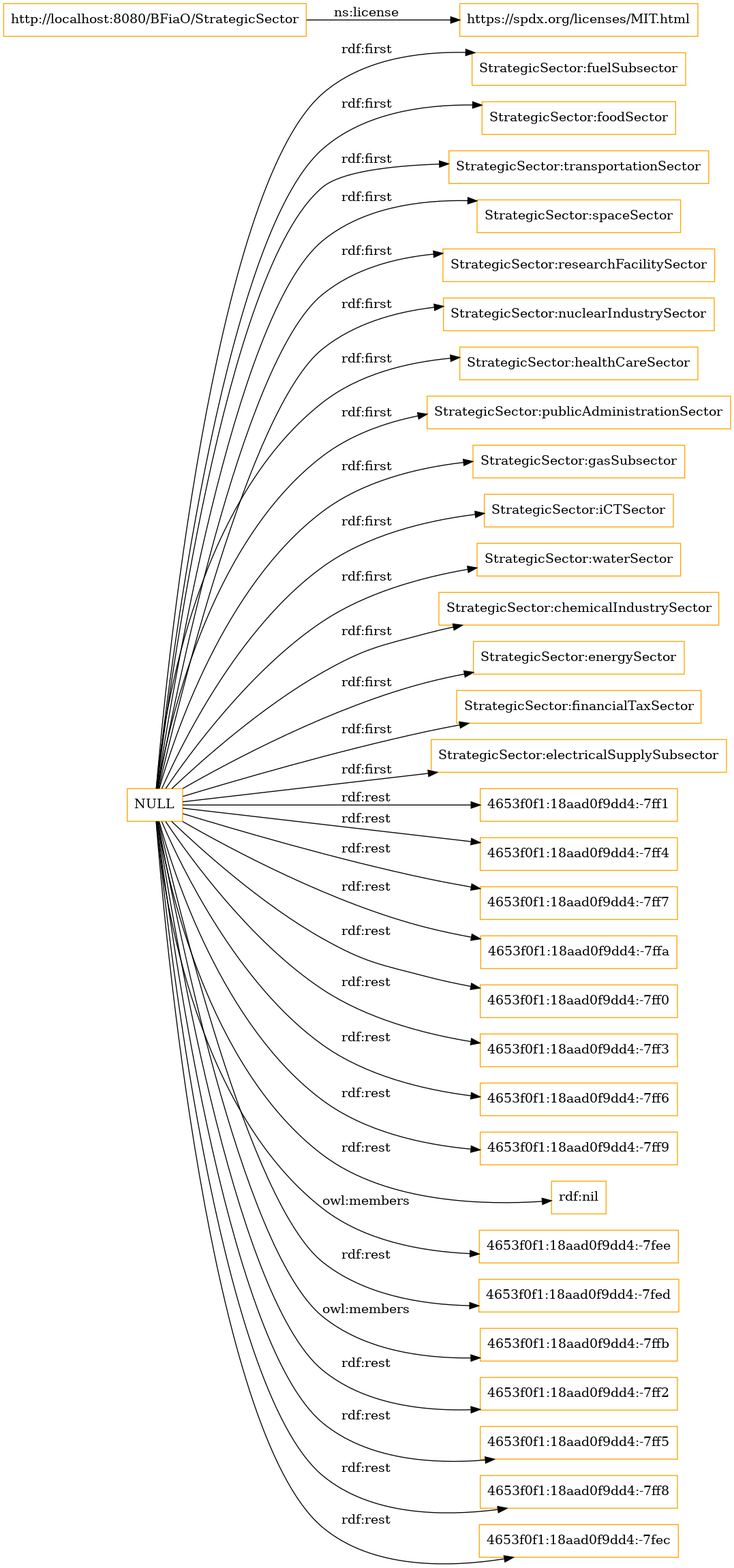
This is OnToology/StrategicSector.owl/diagrams/ar2dtool-class/StrategicSector.owl.png from ahmad88me/bfiao, a Graphviz export, as it was before one commit. Its source is kept beside it as OnToology/StrategicSector.owl/diagrams/ar2dtool-class/StrategicSector.owl.png.dot.
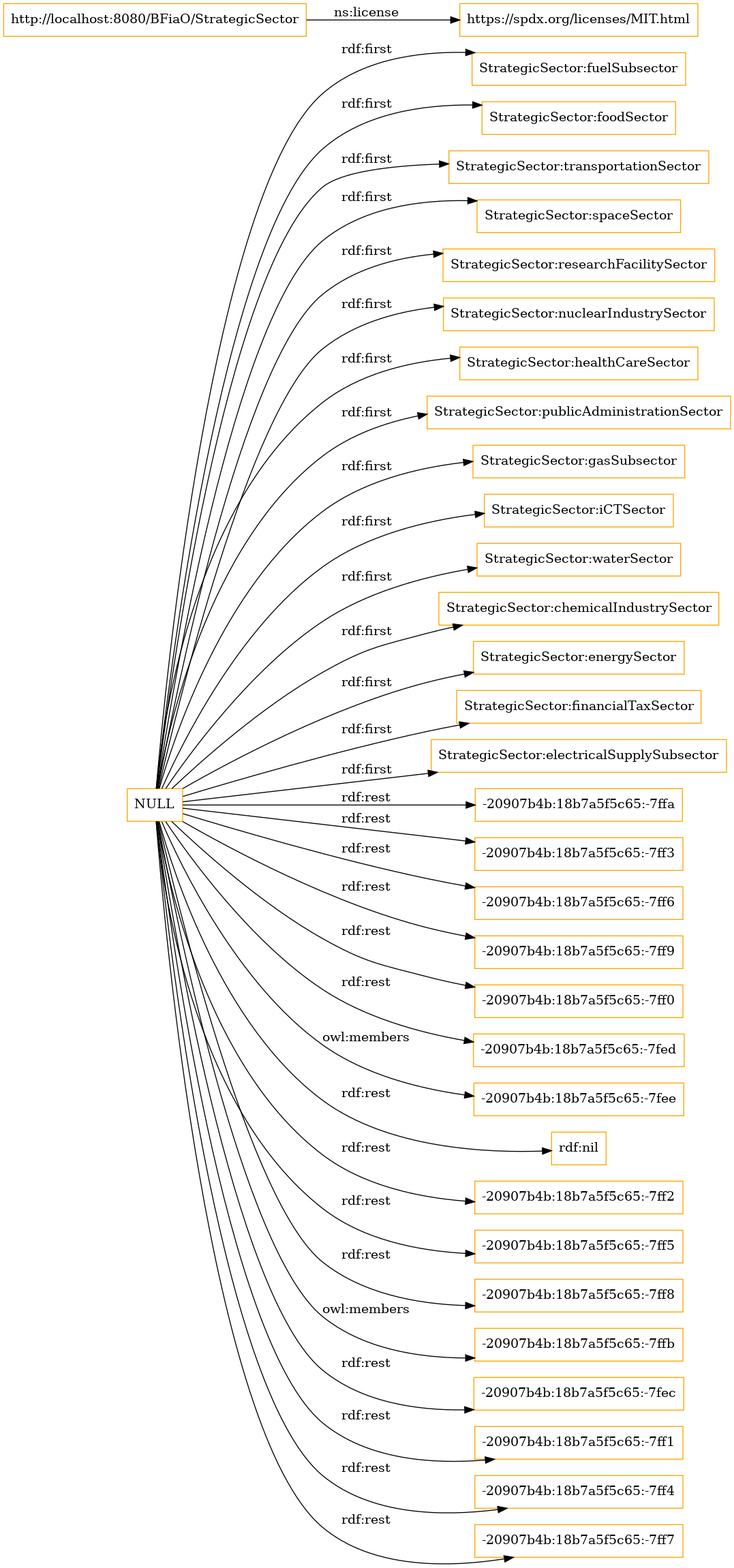
After the change.

What changed in the source:
```diff
@@ -5,34 +5,34 @@
 	"http://localhost:8080/BFiaO/StrategicSector" -> "https://spdx.org/licenses/MIT.html" [ label = "ns:license" ];
 	"NULL" -> "StrategicSector:gasSubsector" [ label = "rdf:first" ];
 	"NULL" -> "StrategicSector:healthCareSector" [ label = "rdf:first" ];
-	"NULL" -> "4653f0f1:18aad0f9dd4:-7ff1" [ label = "rdf:rest" ];
-	"NULL" -> "4653f0f1:18aad0f9dd4:-7ff4" [ label = "rdf:rest" ];
-	"NULL" -> "4653f0f1:18aad0f9dd4:-7ff7" [ label = "rdf:rest" ];
 	"NULL" -> "StrategicSector:foodSector" [ label = "rdf:first" ];
 	"NULL" -> "StrategicSector:waterSector" [ label = "rdf:first" ];
 	"NULL" -> "StrategicSector:nuclearIndustrySector" [ label = "rdf:first" ];
+	"NULL" -> "-20907b4b:18b7a5f5c65:-7ffa" [ label = "rdf:rest" ];
+	"NULL" -> "-20907b4b:18b7a5f5c65:-7ff3" [ label = "rdf:rest" ];
+	"NULL" -> "-20907b4b:18b7a5f5c65:-7ff6" [ label = "rdf:rest" ];
+	"NULL" -> "-20907b4b:18b7a5f5c65:-7ff9" [ label = "rdf:rest" ];
 	"NULL" -> "StrategicSector:spaceSector" [ label = "rdf:first" ];
-	"NULL" -> "4653f0f1:18aad0f9dd4:-7ffa" [ label = "rdf:rest" ];
-	"NULL" -> "4653f0f1:18aad0f9dd4:-7ff0" [ label = "rdf:rest" ];
-	"NULL" -> "4653f0f1:18aad0f9dd4:-7ff3" [ label = "rdf:rest" ];
-	"NULL" -> "4653f0f1:18aad0f9dd4:-7ff6" [ label = "rdf:rest" ];
-	"NULL" -> "4653f0f1:18aad0f9dd4:-7ff9" [ label = "rdf:rest" ];
+	"NULL" -> "-20907b4b:18b7a5f5c65:-7ff0" [ label = "rdf:rest" ];
+	"NULL" -> "-20907b4b:18b7a5f5c65:-7fed" [ label = "rdf:rest" ];
 	"NULL" -> "StrategicSector:chemicalIndustrySector" [ label = "rdf:first" ];
+	"NULL" -> "-20907b4b:18b7a5f5c65:-7fee" [ label = "owl:members" ];
 	"NULL" -> "rdf:nil" [ label = "rdf:rest" ];
-	"NULL" -> "4653f0f1:18aad0f9dd4:-7fee" [ label = "owl:members" ];
-	"NULL" -> "4653f0f1:18aad0f9dd4:-7fed" [ label = "rdf:rest" ];
-	"NULL" -> "4653f0f1:18aad0f9dd4:-7ffb" [ label = "owl:members" ];
+	"NULL" -> "-20907b4b:18b7a5f5c65:-7ff2" [ label = "rdf:rest" ];
+	"NULL" -> "-20907b4b:18b7a5f5c65:-7ff5" [ label = "rdf:rest" ];
+	"NULL" -> "-20907b4b:18b7a5f5c65:-7ff8" [ label = "rdf:rest" ];
 	"NULL" -> "StrategicSector:fuelSubsector" [ label = "rdf:first" ];
 	"NULL" -> "StrategicSector:energySector" [ label = "rdf:first" ];
-	"NULL" -> "4653f0f1:18aad0f9dd4:-7ff2" [ label = "rdf:rest" ];
-	"NULL" -> "4653f0f1:18aad0f9dd4:-7ff5" [ label = "rdf:rest" ];
-	"NULL" -> "4653f0f1:18aad0f9dd4:-7ff8" [ label = "rdf:rest" ];
+	"NULL" -> "-20907b4b:18b7a5f5c65:-7ffb" [ label = "owl:members" ];
+	"NULL" -> "-20907b4b:18b7a5f5c65:-7fec" [ label = "rdf:rest" ];
 	"NULL" -> "StrategicSector:transportationSector" [ label = "rdf:first" ];
 	"NULL" -> "StrategicSector:researchFacilitySector" [ label = "rdf:first" ];
+	"NULL" -> "StrategicSector:financialTaxSector" [ label = "rdf:first" ];
+	"NULL" -> "StrategicSector:electricalSupplySubsector" [ label = "rdf:first" ];
 	"NULL" -> "StrategicSector:iCTSector" [ label = "rdf:first" ];
-	"NULL" -> "4653f0f1:18aad0f9dd4:-7fec" [ label = "rdf:rest" ];
-	"NULL" -> "StrategicSector:financialTaxSector" [ label = "rdf:first" ];
 	"NULL" -> "StrategicSector:publicAdministrationSector" [ label = "rdf:first" ];
-	"NULL" -> "StrategicSector:electricalSupplySubsector" [ label = "rdf:first" ];
+	"NULL" -> "-20907b4b:18b7a5f5c65:-7ff1" [ label = "rdf:rest" ];
+	"NULL" -> "-20907b4b:18b7a5f5c65:-7ff4" [ label = "rdf:rest" ];
+	"NULL" -> "-20907b4b:18b7a5f5c65:-7ff7" [ label = "rdf:rest" ];
 
 }
```
